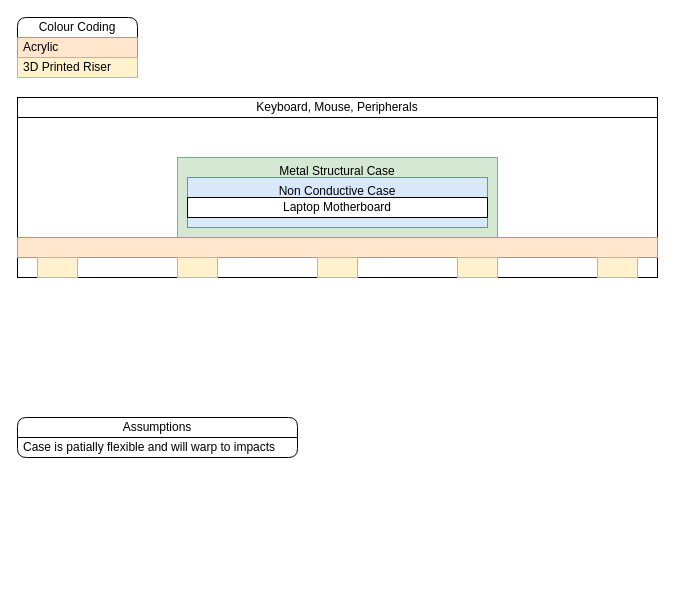
Ornithopter-Project/Base-Station keeps this draw.io diagram as page "Hardware Brainstorm" (5 of 5) of Documents/Diagram.drawio. Above is the earlier version. Source tidied: cells renumbered, new cells numbered last; positions are measured from the earlier drawing's top-left corner, leaving out a move shared by most shapes. Both pictures are drawn from the tidied source at 100%, with x=0, y=0 at pixel (17, 17).
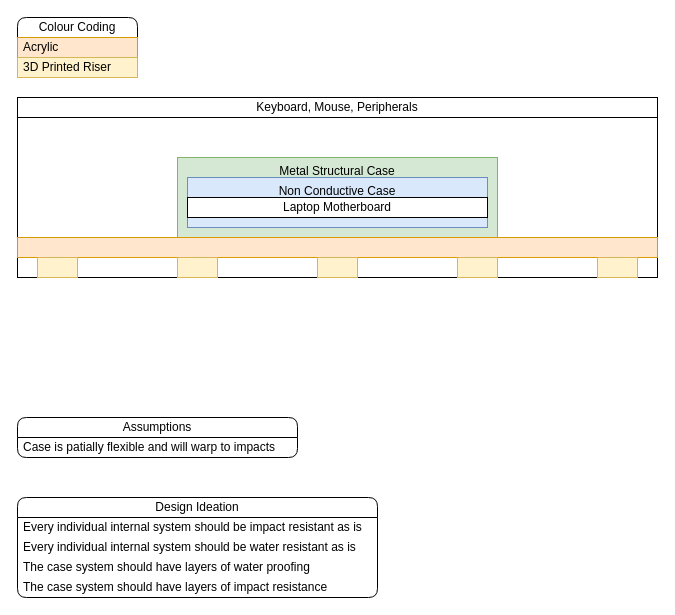
After the change.

Commit message (it also covers changes not shown here):
Added Design ideation to hardware & Added Extra brainstorm requirements

Diff of the diagram source:
```diff
@@
+    <mxCell id="18" value="Design Ideation" style="swimlane;fontStyle=0;horizontal=1;startSize=20;whiteSpace=wrap;html=1;rounded=1;swimlaneLine=1;shadow=0;" parent="1" vertex="1">
+      <mxGeometry y="480" width="360" height="100" as="geometry" />
+    </mxCell>
+    <mxCell id="19" value="Every individual internal system should be impact resistant as is" style="text;strokeColor=none;fillColor=none;align=left;verticalAlign=middle;spacingLeft=4;spacingRight=4;overflow=hidden;whiteSpace=wrap;html=1;" parent="18" vertex="1">
+      <mxGeometry y="20" width="360" height="20" as="geometry" />
+    </mxCell>
+    <mxCell id="20" value="Every individual internal system should be water resistant as is" style="text;strokeColor=none;fillColor=none;align=left;verticalAlign=middle;spacingLeft=4;spacingRight=4;overflow=hidden;whiteSpace=wrap;html=1;" parent="18" vertex="1">
+      <mxGeometry y="40" width="360" height="20" as="geometry" />
+    </mxCell>
+    <mxCell id="21" value="The case system should have layers of water proofing" style="text;strokeColor=none;fillColor=none;align=left;verticalAlign=middle;spacingLeft=4;spacingRight=4;overflow=hidden;whiteSpace=wrap;html=1;" parent="18" vertex="1">
+      <mxGeometry y="60" width="360" height="20" as="geometry" />
+    </mxCell>
+    <mxCell id="22" value="The case system should have layers of impact resistance" style="text;strokeColor=none;fillColor=none;align=left;verticalAlign=middle;spacingLeft=4;spacingRight=4;overflow=hidden;whiteSpace=wrap;html=1;" parent="18" vertex="1">
+      <mxGeometry y="80" width="360" height="20" as="geometry" />
+    </mxCell>
```
